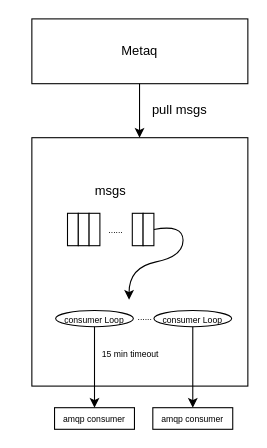
Before: eleme/Untitled Diagram.drawio in zwmcoder/drawio_source, a draw.io diagram. Source tidied: cells renumbered, new cells numbered last; positions are measured from the earlier drawing's top-left corner, leaving out a move shared by most shapes. Both pictures are drawn from the tidied source at 108%, with x=0, y=0 at pixel (31, 18).
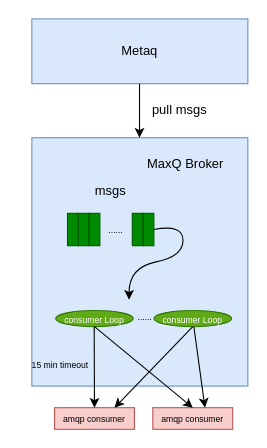
The same diagram, later.

Diff of the diagram source:
```diff
@@
-    <mxCell id="2" value="Metaq" style="rounded=0;whiteSpace=wrap;html=1;" parent="1" vertex="1">
+    <mxCell id="2" value="Metaq" style="rounded=0;whiteSpace=wrap;html=1;fillColor=#dae8fc;strokeColor=#6c8ebf;" parent="1" vertex="1">
       <mxGeometry width="200" height="60" as="geometry" />
     </mxCell>
-    <mxCell id="3" style="rounded=0;whiteSpace=wrap;html=1;" parent="1" vertex="1">
+    <mxCell id="3" style="rounded=0;whiteSpace=wrap;html=1;fillColor=#dae8fc;strokeColor=#6c8ebf;" parent="1" vertex="1">
       <mxGeometry y="110" width="200" height="230" as="geometry" />
     </mxCell>
-    <mxCell id="4" style="rounded=0;whiteSpace=wrap;html=1;" parent="1" vertex="1">
+    <mxCell id="4" style="rounded=0;whiteSpace=wrap;html=1;fillColor=#008a00;fontColor=#ffffff;strokeColor=#005700;" parent="1" vertex="1">
       <mxGeometry x="33" y="180" width="10" height="30" as="geometry" />
     </mxCell>
-    <mxCell id="5" style="rounded=0;whiteSpace=wrap;html=1;" parent="1" vertex="1">
+    <mxCell id="5" style="rounded=0;whiteSpace=wrap;html=1;fillColor=#008a00;fontColor=#ffffff;strokeColor=#005700;" parent="1" vertex="1">
       <mxGeometry x="43" y="180" width="10" height="30" as="geometry" />
     </mxCell>
-    <mxCell id="6" style="rounded=0;whiteSpace=wrap;html=1;" parent="1" vertex="1">
+    <mxCell id="6" style="rounded=0;whiteSpace=wrap;html=1;fillColor=#008a00;fontColor=#ffffff;strokeColor=#005700;" parent="1" vertex="1">
       <mxGeometry x="53" y="180" width="10" height="30" as="geometry" />
     </mxCell>
-    <mxCell id="7" style="rounded=0;whiteSpace=wrap;html=1;" parent="1" vertex="1">
+    <mxCell id="7" style="rounded=0;whiteSpace=wrap;html=1;fillColor=#008a00;fontColor=#ffffff;strokeColor=#005700;" parent="1" vertex="1">
       <mxGeometry x="93" y="180" width="10" height="30" as="geometry" />
     </mxCell>
-    <mxCell id="8" style="rounded=0;whiteSpace=wrap;html=1;" parent="1" vertex="1">
+    <mxCell id="8" style="rounded=0;whiteSpace=wrap;html=1;fillColor=#008a00;fontColor=#ffffff;strokeColor=#005700;" parent="1" vertex="1">
       <mxGeometry x="103" y="180" width="10" height="30" as="geometry" />
     </mxCell>
@@
-    <mxCell id="11" value="&lt;font style=&quot;font-size: 8px;&quot;&gt;amqp consumer&lt;/font&gt;" style="rounded=0;whiteSpace=wrap;html=1;" parent="1" vertex="1">
+    <mxCell id="11" value="&lt;font style=&quot;font-size: 8px;&quot;&gt;amqp consumer&lt;/font&gt;" style="rounded=0;whiteSpace=wrap;html=1;fillColor=#f8cecc;strokeColor=#b85450;" parent="1" vertex="1">
       <mxGeometry x="21" y="360" width="74" height="20" as="geometry" />
     </mxCell>
-    <mxCell id="12" value="&lt;font style=&quot;font-size: 8px;&quot;&gt;consumer Loop&lt;/font&gt;" style="ellipse;whiteSpace=wrap;html=1;" parent="1" vertex="1">
+    <mxCell id="12" value="&lt;font style=&quot;font-size: 8px;&quot;&gt;consumer Loop&lt;/font&gt;" style="ellipse;whiteSpace=wrap;html=1;fillColor=#60a917;fontColor=#ffffff;strokeColor=#2D7600;" parent="1" vertex="1">
       <mxGeometry x="22" y="270" width="72" height="15" as="geometry" />
     </mxCell>
-    <mxCell id="13" value="&lt;font style=&quot;font-size: 8px;&quot;&gt;consumer Loop&lt;/font&gt;" style="ellipse;whiteSpace=wrap;html=1;" parent="1" vertex="1">
+    <mxCell id="13" value="&lt;font style=&quot;font-size: 8px;&quot;&gt;consumer Loop&lt;/font&gt;" style="ellipse;whiteSpace=wrap;html=1;fillColor=#60a917;fontColor=#ffffff;strokeColor=#2D7600;" parent="1" vertex="1">
       <mxGeometry x="113" y="270" width="72" height="15" as="geometry" />
     </mxCell>
@@
-    <mxCell id="16" style="endArrow=classic;html=1;rounded=0;exitX=0.5;exitY=1;exitDx=0;exitDy=0;entryX=0.5;entryY=0;entryDx=0;entryDy=0;" parent="1" edge="1" source="12" target="11">
-      <mxGeometry relative="1" as="geometry" />
+    <mxCell id="16" style="endArrow=classic;html=1;rounded=0;entryX=0.5;entryY=0;entryDx=0;entryDy=0;" parent="1" edge="1" target="11">
+      <mxGeometry relative="1" as="geometry">
+        <mxPoint x="57.7" y="285" as="sourcePoint" />
+      </mxGeometry>
     </mxCell>
-    <mxCell id="17" style="endArrow=classic;html=1;rounded=0;exitX=0.5;exitY=1;exitDx=0;exitDy=0;entryX=0.5;entryY=0;entryDx=0;entryDy=0;" parent="1" edge="1" source="13">
-      <mxGeometry relative="1" as="geometry">
-        <mxPoint x="149" y="360" as="targetPoint" />
-      </mxGeometry>
-    </mxCell>
@@
     <mxCell id="20" value="&lt;font style=&quot;font-size: 8px;&quot;&gt;15 min timeout&lt;/font&gt;" style="text;html=1;whiteSpace=wrap;strokeColor=none;fillColor=none;align=center;verticalAlign=middle;rounded=0;" parent="1" vertex="1">
-      <mxGeometry x="53" y="300" width="77" height="20" as="geometry" />
+      <mxGeometry x="-12" y="310" width="77" height="20" as="geometry" />
     </mxCell>
-    <mxCell id="21" value="&lt;font style=&quot;font-size: 8px;&quot;&gt;amqp consumer&lt;/font&gt;" style="rounded=0;whiteSpace=wrap;html=1;" parent="1" vertex="1">
+    <mxCell id="21" value="&lt;font style=&quot;font-size: 8px;&quot;&gt;amqp consumer&lt;/font&gt;" style="rounded=0;whiteSpace=wrap;html=1;fillColor=#f8cecc;strokeColor=#b85450;" parent="1" vertex="1">
       <mxGeometry x="112" y="360" width="74" height="20" as="geometry" />
     </mxCell>
+    <mxCell id="22" value="MaxQ Broker" style="text;html=1;whiteSpace=wrap;strokeColor=none;fillColor=none;align=center;verticalAlign=middle;rounded=0;" parent="1" vertex="1">
+      <mxGeometry x="90" y="120" width="105" height="30" as="geometry" />
+    </mxCell>
+    <mxCell id="23" style="endArrow=classic;html=1;rounded=0;entryX=0.5;entryY=0;entryDx=0;entryDy=0;exitX=0.5;exitY=1;exitDx=0;exitDy=0;" parent="1" edge="1" source="12" target="21">
+      <mxGeometry relative="1" as="geometry" />
+    </mxCell>
+    <mxCell id="24" style="endArrow=classic;html=1;rounded=0;entryX=0.5;entryY=0;entryDx=0;entryDy=0;" parent="1" edge="1">
+      <mxGeometry relative="1" as="geometry">
+        <mxPoint x="150" y="285" as="sourcePoint" />
+        <mxPoint x="160.3" y="360" as="targetPoint" />
+      </mxGeometry>
+    </mxCell>
+    <mxCell id="25" style="endArrow=classic;html=1;rounded=0;entryX=0.75;entryY=0;entryDx=0;entryDy=0;exitX=0.5;exitY=1;exitDx=0;exitDy=0;" parent="1" edge="1" source="13" target="11">
+      <mxGeometry relative="1" as="geometry" />
+    </mxCell>
```
